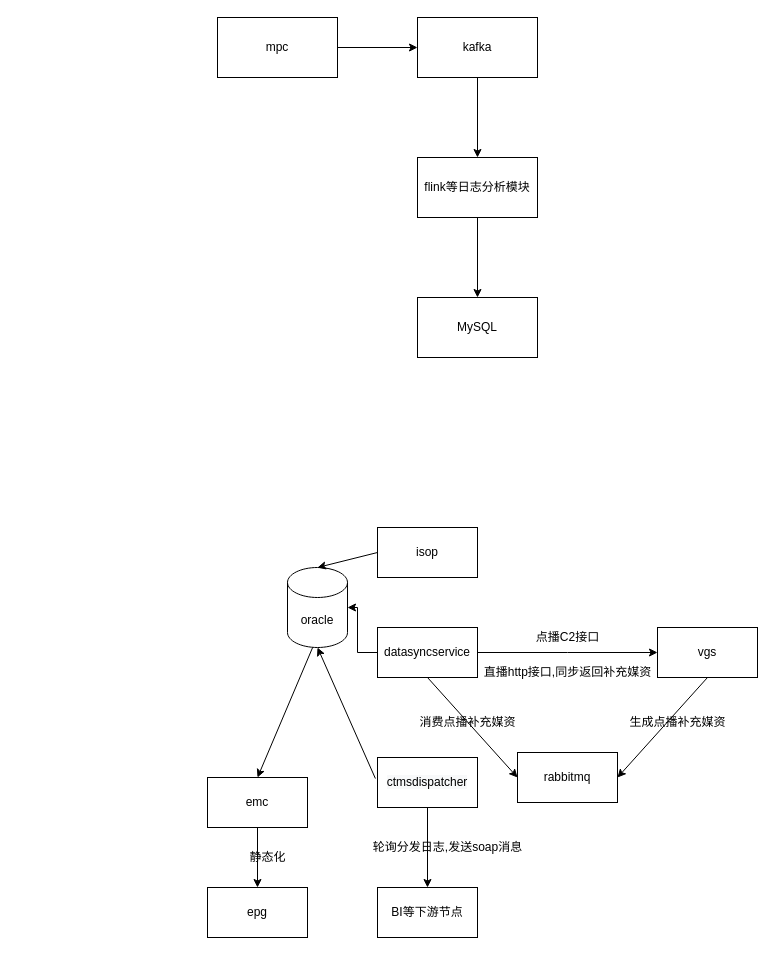
Earlier version of the draw.io diagram 日志分析dess.drawio (utscgeorge/processitemtest). Source tidied: cells renumbered, new cells numbered last; positions are measured from the earlier drawing's top-left corner, leaving out a move shared by most shapes. Both pictures are drawn from the tidied source at 100%, with x=0, y=0 at pixel (207, 17).
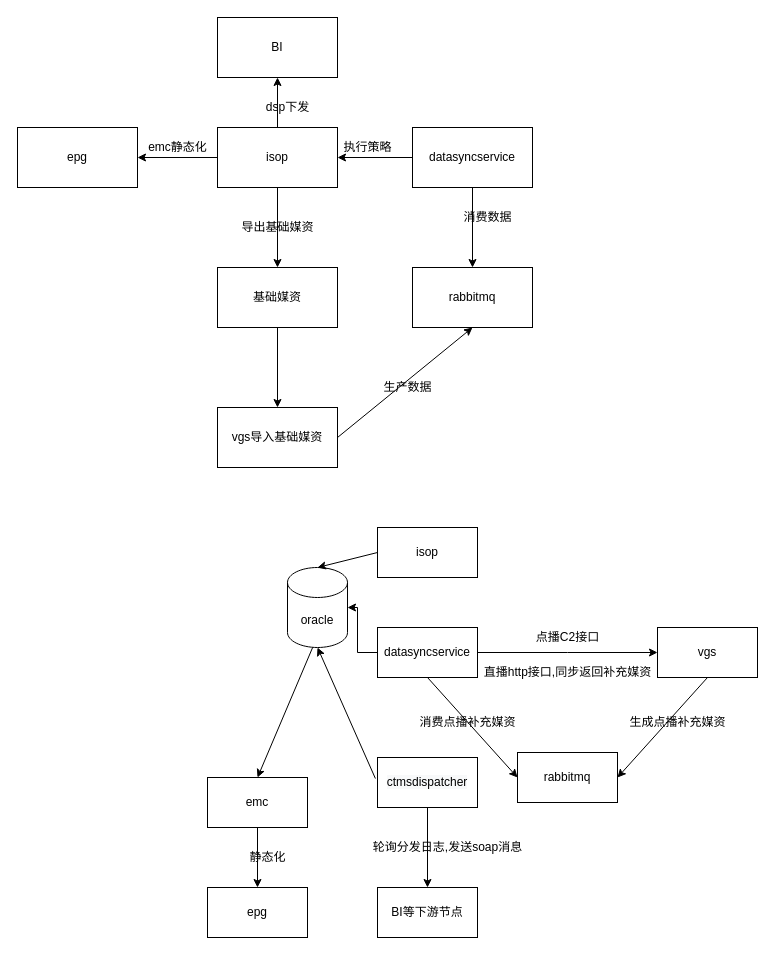
The same diagram, later.

What changed in the source:
```diff
@@
-    <mxCell id="2" style="edgeStyle=orthogonalEdgeStyle;rounded=0;jettySize=auto;html=1;" parent="1" edge="1" source="3" target="5">
-      <mxGeometry relative="1" as="geometry" />
-    </mxCell>
-    <mxCell id="3" value="mpc" style="whiteSpace=wrap;html=1;" parent="1" vertex="1">
+    <mxCell id="3" value="BI&lt;br&gt;" style="whiteSpace=wrap;html=1;" parent="1" vertex="1">
       <mxGeometry x="10" width="120" height="60" as="geometry" />
     </mxCell>
-    <mxCell id="4" style="edgeStyle=orthogonalEdgeStyle;rounded=0;jettySize=auto;html=1;" parent="1" edge="1" source="5" target="7">
-      <mxGeometry relative="1" as="geometry" />
-    </mxCell>
-    <mxCell id="5" value="kafka&lt;br&gt;" style="whiteSpace=wrap;html=1;" parent="1" vertex="1">
-      <mxGeometry x="210" width="120" height="60" as="geometry" />
-    </mxCell>
-    <mxCell id="6" style="edgeStyle=orthogonalEdgeStyle;rounded=0;jettySize=auto;html=1;" parent="1" edge="1" source="7" target="8">
-      <mxGeometry relative="1" as="geometry" />
-    </mxCell>
-    <mxCell id="7" value="flink等日志分析模块" style="whiteSpace=wrap;html=1;" parent="1" vertex="1">
-      <mxGeometry x="210" y="140" width="120" height="60" as="geometry" />
-    </mxCell>
-    <mxCell id="8" value="MySQL" style="whiteSpace=wrap;html=1;" parent="1" vertex="1">
-      <mxGeometry x="210" y="280" width="120" height="60" as="geometry" />
-    </mxCell>
@@
+    <mxCell id="33" style="edgeStyle=orthogonalEdgeStyle;rounded=0;jettySize=auto;html=1;" parent="1" edge="1" source="36" target="3">
+      <mxGeometry relative="1" as="geometry" />
+    </mxCell>
+    <mxCell id="34" style="edgeStyle=orthogonalEdgeStyle;rounded=0;jettySize=auto;html=1;" parent="1" edge="1" source="36" target="37">
+      <mxGeometry relative="1" as="geometry" />
+    </mxCell>
+    <mxCell id="35" style="edgeStyle=orthogonalEdgeStyle;rounded=0;jettySize=auto;html=1;" parent="1" edge="1" source="36" target="41">
+      <mxGeometry relative="1" as="geometry" />
+    </mxCell>
+    <mxCell id="36" value="isop" style="whiteSpace=wrap;html=1;" parent="1" vertex="1">
+      <mxGeometry x="10" y="110" width="120" height="60" as="geometry" />
+    </mxCell>
+    <mxCell id="37" value="epg" style="whiteSpace=wrap;html=1;" parent="1" vertex="1">
+      <mxGeometry x="-190" y="110" width="120" height="60" as="geometry" />
+    </mxCell>
+    <mxCell id="38" value="dsp下发" style="text;html=1;align=center;verticalAlign=middle;strokeColor=none;" parent="1" vertex="1">
+      <mxGeometry x="50" y="80" width="60" height="20" as="geometry" />
+    </mxCell>
+    <mxCell id="39" value="emc静态化" style="text;html=1;align=center;verticalAlign=middle;strokeColor=none;" parent="1" vertex="1">
+      <mxGeometry x="-65" y="120" width="70" height="20" as="geometry" />
+    </mxCell>
+    <mxCell id="40" style="edgeStyle=orthogonalEdgeStyle;rounded=0;jettySize=auto;html=1;" parent="1" edge="1" source="41" target="43">
+      <mxGeometry relative="1" as="geometry" />
+    </mxCell>
+    <mxCell id="41" value="基础媒资" style="whiteSpace=wrap;html=1;" parent="1" vertex="1">
+      <mxGeometry x="10" y="250" width="120" height="60" as="geometry" />
+    </mxCell>
+    <mxCell id="42" value="导出基础媒资" style="text;html=1;align=center;verticalAlign=middle;strokeColor=none;" parent="1" vertex="1">
+      <mxGeometry x="25" y="200" width="90" height="20" as="geometry" />
+    </mxCell>
+    <mxCell id="43" value="vgs导入基础媒资" style="whiteSpace=wrap;html=1;" parent="1" vertex="1">
+      <mxGeometry x="10" y="390" width="120" height="60" as="geometry" />
+    </mxCell>
+    <mxCell id="44" style="endArrow=classic;html=1;exitX=1;exitY=0.5;exitDx=0;exitDy=0;entryX=0.5;entryY=1;entryDx=0;entryDy=0;" parent="1" edge="1" source="43" target="45">
+      <mxGeometry relative="1" as="geometry" />
+    </mxCell>
+    <mxCell id="45" value="rabbitmq" style="whiteSpace=wrap;html=1;" parent="1" vertex="1">
+      <mxGeometry x="205" y="250" width="120" height="60" as="geometry" />
+    </mxCell>
+    <mxCell id="46" style="edgeStyle=orthogonalEdgeStyle;rounded=0;jettySize=auto;html=1;" parent="1" edge="1" source="48" target="45">
+      <mxGeometry relative="1" as="geometry" />
+    </mxCell>
+    <mxCell id="47" style="edgeStyle=orthogonalEdgeStyle;rounded=0;jettySize=auto;html=1;" parent="1" edge="1" source="48" target="36">
+      <mxGeometry relative="1" as="geometry" />
+    </mxCell>
+    <mxCell id="48" value="datasyncservice" style="whiteSpace=wrap;html=1;" parent="1" vertex="1">
+      <mxGeometry x="205" y="110" width="120" height="60" as="geometry" />
+    </mxCell>
+    <mxCell id="49" value="消费数据" style="text;html=1;align=center;verticalAlign=middle;strokeColor=none;" parent="1" vertex="1">
+      <mxGeometry x="250" y="190" width="60" height="20" as="geometry" />
+    </mxCell>
+    <mxCell id="50" value="生产数据" style="text;html=1;align=center;verticalAlign=middle;strokeColor=none;" parent="1" vertex="1">
+      <mxGeometry x="170" y="360" width="60" height="20" as="geometry" />
+    </mxCell>
+    <mxCell id="51" value="执行策略" style="text;html=1;align=center;verticalAlign=middle;strokeColor=none;" parent="1" vertex="1">
+      <mxGeometry x="130" y="120" width="60" height="20" as="geometry" />
+    </mxCell>
```
